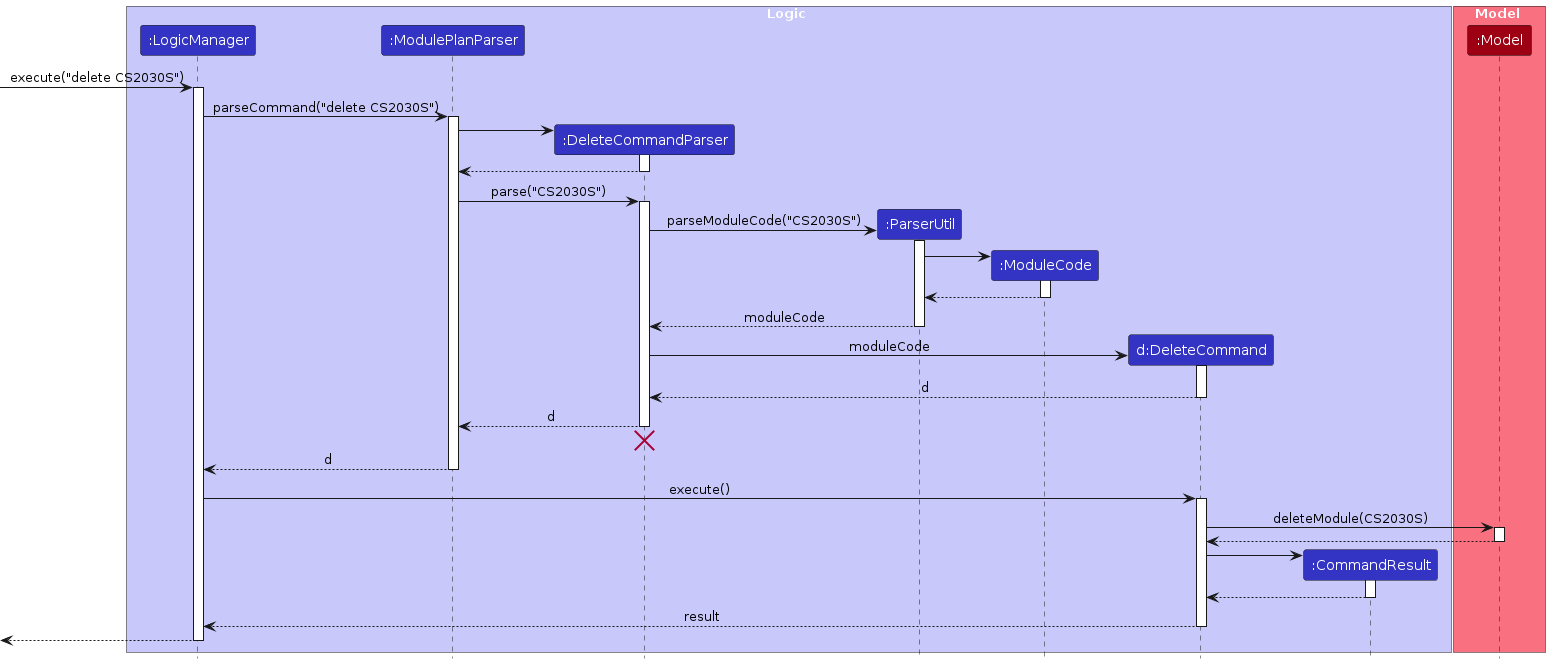
Above: diagrams/DeleteSequenceDiagram.png in AY2324S1-CS2103T-T13-0/tp (PlantUML), before the change. Its source is kept beside it as diagrams/DeleteSequenceDiagram.puml.
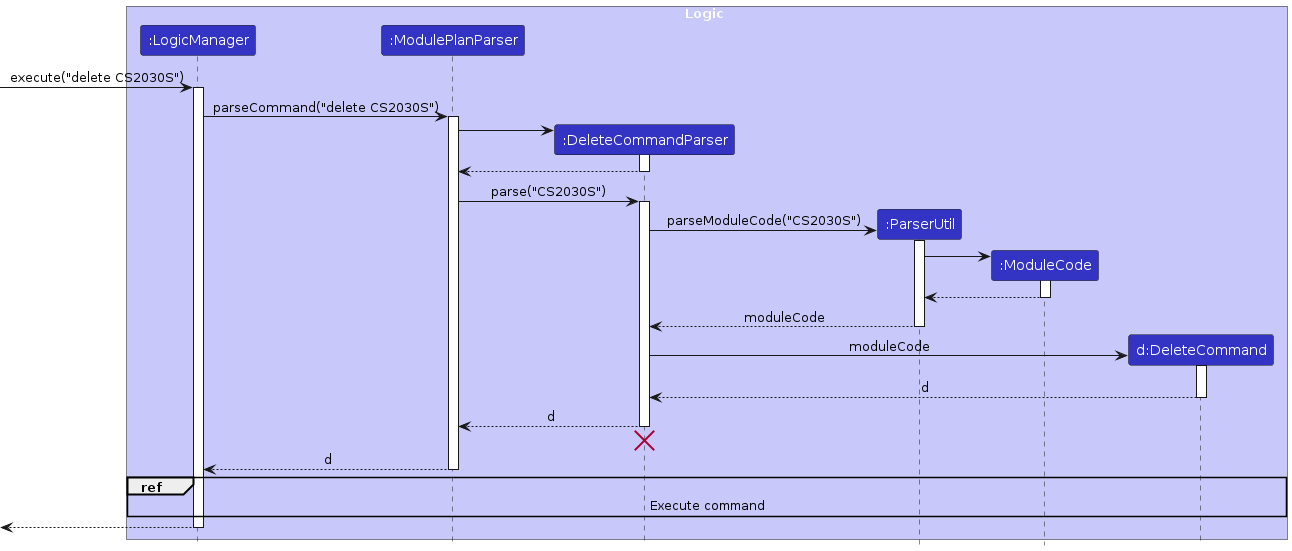
After the commit.

Change to the diagram source:
```diff
@@ -9,11 +9,6 @@
 participant ":ParserUtil" as ParserUtil LOGIC_COLOR
 participant ":ModuleCode" as ModuleCode LOGIC_COLOR
 participant "d:DeleteCommand" as DeleteCommand LOGIC_COLOR
-participant ":CommandResult" as CommandResult LOGIC_COLOR
-end box
-
-box Model MODEL_COLOR_T1
-participant ":Model" as Model MODEL_COLOR
 end box
 
 [-> LogicManager : execute("delete CS2030S")
@@ -61,24 +56,9 @@
 ModulePlanParser --> LogicManager : d
 deactivate ModulePlanParser
 
-LogicManager -> DeleteCommand : execute()
-activate DeleteCommand
-
-DeleteCommand -> Model : deleteModule(CS2030S)
-activate Model
-
-Model --> DeleteCommand
-deactivate Model
-
-create CommandResult
-DeleteCommand -> CommandResult
-activate CommandResult
-
-CommandResult --> DeleteCommand
-deactivate CommandResult
-
-DeleteCommand --> LogicManager : result
-deactivate DeleteCommand
+ref over LogicManager, DeleteCommand
+Execute command
+end ref
 
 [<--LogicManager
 deactivate LogicManager
```
